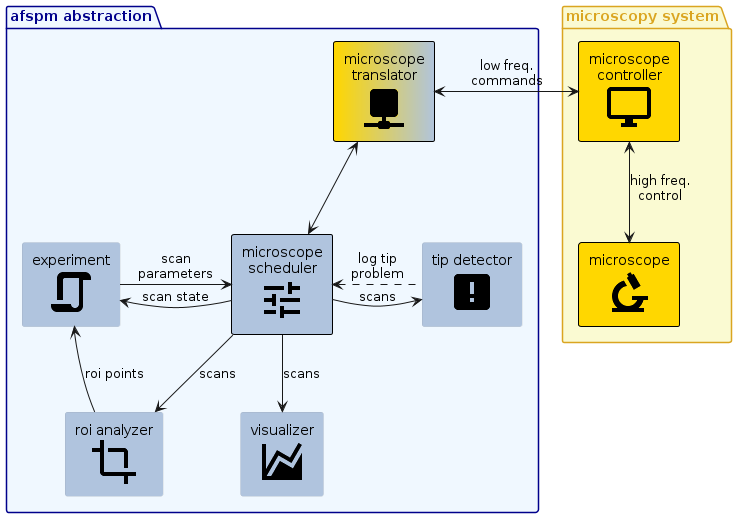
The PlantUML diagram docs/images/afspm_hl_example.png in nsulmol/afspm, before a commit.
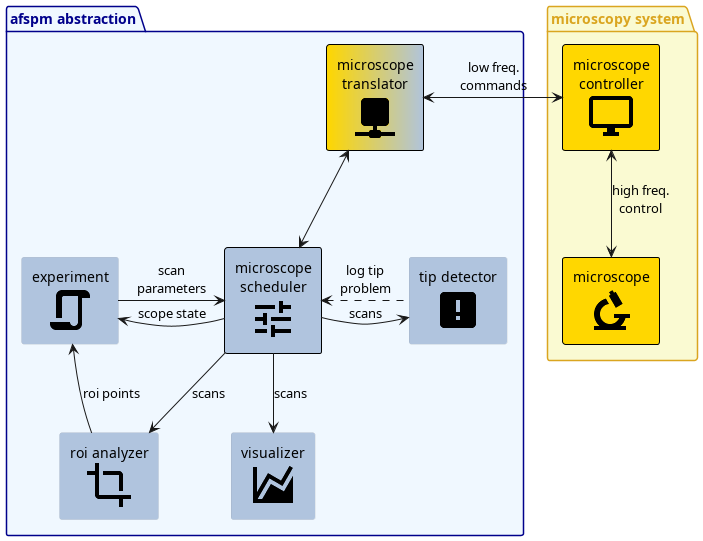
Above is the later version.

Change to the diagram source:
```diff
@@ -21,7 +21,7 @@
 
   translator <--> scheduler
 
-  scheduler -l-> exp: scan state
+  scheduler -l-> exp: scope state
   scheduler --> roi: scans
   roi -l-> exp: roi points
   exp -r-> scheduler: scan\nparameters
```
